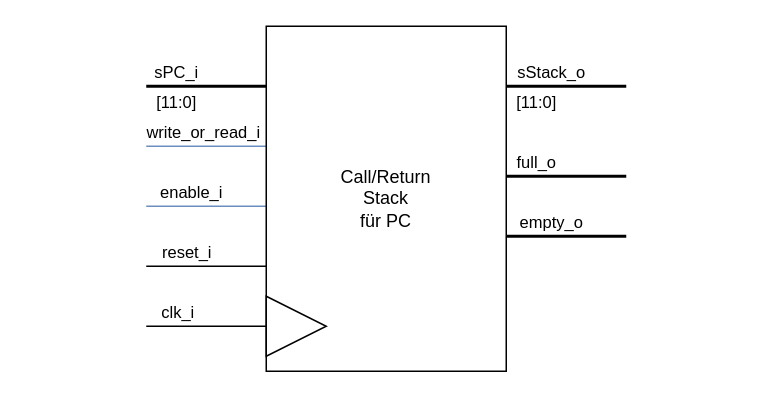
Before: Blockbeschreibungen/Stack_beschreibung.drawio in graefjk/RO2, a draw.io diagram. Source tidied: cells renumbered, new cells numbered last; positions are measured from the earlier drawing's top-left corner, leaving out a move shared by most shapes. Both pictures are drawn from the tidied source at 150%, with x=0, y=0 at pixel (26, 26).
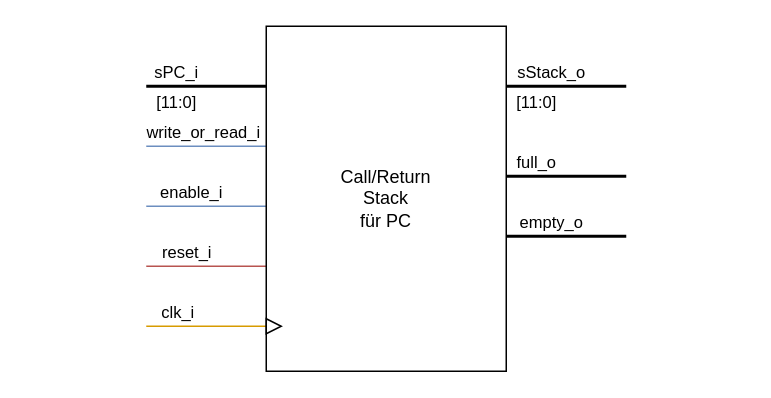
Above is the later version.

The change refers to these unchanged cells:
```xml
<mxCell id="16" value="Call/Return&lt;br&gt;Stack&lt;br&gt;für PC" style="rounded=0;whiteSpace=wrap;html=1;" parent="1" vertex="1">
  <mxGeometry x="160" width="160" height="230" as="geometry" />
</mxCell>
```

What changed in the source:
```diff
@@
-    <mxCell id="8" style="edgeStyle=orthogonalEdgeStyle;rounded=0;jettySize=auto;html=1;endArrow=none;endFill=0;strokeWidth=1;" parent="1" edge="1" source="16">
+    <mxCell id="8" style="edgeStyle=orthogonalEdgeStyle;rounded=0;jettySize=auto;html=1;endArrow=none;endFill=0;strokeWidth=1;fillColor=#f8cecc;strokeColor=#b85450;" parent="1" edge="1" source="16">
       <mxGeometry relative="1" as="geometry">
         <mxPoint x="80" y="160" as="targetPoint" />
         <Array as="points">
           <mxPoint x="100" y="160" />
           <mxPoint x="100" y="160" />
         </Array>
       </mxGeometry>
     </mxCell>
@@
-    <mxCell id="14" style="edgeStyle=orthogonalEdgeStyle;rounded=0;jettySize=auto;html=1;endArrow=none;endFill=0;" parent="1" edge="1" source="16">
+    <mxCell id="14" style="edgeStyle=orthogonalEdgeStyle;rounded=0;jettySize=auto;html=1;endArrow=none;endFill=0;fillColor=#ffe6cc;strokeColor=#d79b00;" parent="1" edge="1" source="16">
       <mxGeometry relative="1" as="geometry">
         <mxPoint x="80" y="200" as="targetPoint" />
         <Array as="points">
           <mxPoint x="80" y="200" />
         </Array>
       </mxGeometry>
     </mxCell>
@@
     <mxCell id="21" style="triangle;whiteSpace=wrap;html=1;" parent="1" vertex="1">
-      <mxGeometry x="160" y="180" width="40" height="40" as="geometry" />
+      <mxGeometry x="160" y="195" width="10" height="10" as="geometry" />
     </mxCell>
```
